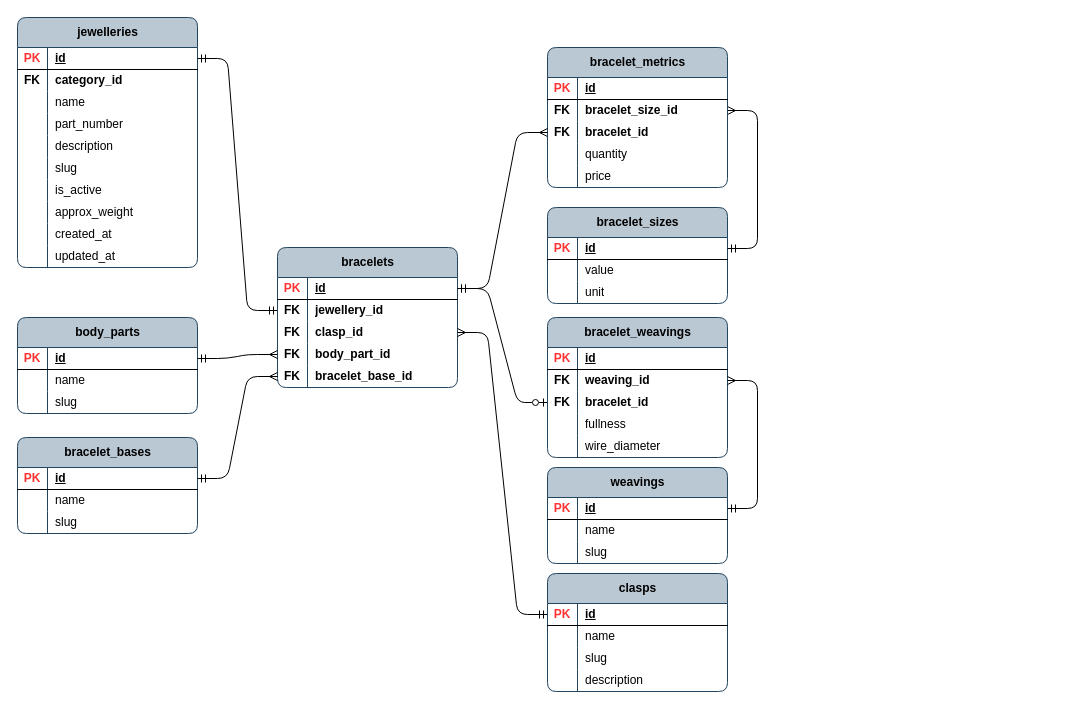
Before: page "jw_bracelet_props" (8 of 14) of publisher/laravel-app/psql_jewellery_items.drawio in Local-development-environment/msg-brokers-publisher-consumer, a draw.io diagram. Source tidied: cells renumbered, new cells numbered last; positions are measured from the earlier drawing's top-left corner, leaving out a move shared by most shapes. Both pictures are drawn from the tidied source at 100%, with x=0, y=0 at pixel (17, 17).
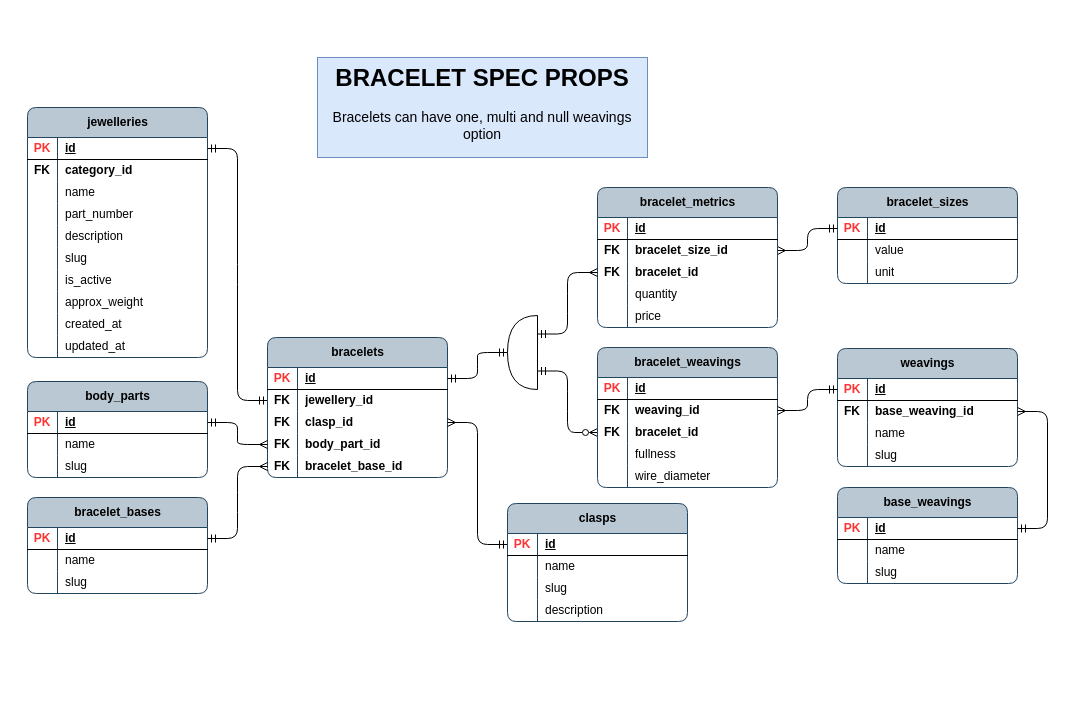
The same diagram, later.

Commit message (it also covers changes not shown here):
started refactoring bracelet view

The change refers to these unchanged cells:
```xml
<mxCell id="35" style="shape=tableRow;horizontal=0;startSize=0;swimlaneHead=0;swimlaneBody=0;fillColor=none;points=[[0,0.5],[1,0.5]];portConstraint=eastwest;top=0;left=0;right=0;bottom=1;rounded=0;" parent="34" vertex="1">
  <mxGeometry y="30" width="180" height="22" as="geometry" />
</mxCell>
<mxCell id="51" style="shape=tableRow;horizontal=0;startSize=0;swimlaneHead=0;swimlaneBody=0;fillColor=none;points=[[0,0.5],[1,0.5]];portConstraint=eastwest;top=0;left=0;right=0;bottom=1;rounded=0;" parent="50" vertex="1">
  <mxGeometry y="30" width="180" height="22" as="geometry" />
</mxCell>
<mxCell id="62" style="shape=tableRow;horizontal=0;startSize=0;swimlaneHead=0;swimlaneBody=0;fillColor=none;points=[[0,0.5],[1,0.5]];portConstraint=eastwest;top=0;left=0;right=0;bottom=1;rounded=0;" parent="61" vertex="1">
  <mxGeometry y="30" width="180" height="22" as="geometry" />
</mxCell>
<mxCell id="76" style="shape=tableRow;horizontal=0;startSize=0;swimlaneHead=0;swimlaneBody=0;fillColor=none;points=[[0,0.5],[1,0.5]];portConstraint=eastwest;top=0;left=0;right=0;bottom=0;rounded=0;" parent="72" vertex="1">
  <mxGeometry y="52" width="180" height="22" as="geometry" />
</mxCell>
<mxCell id="79" style="shape=tableRow;horizontal=0;startSize=0;swimlaneHead=0;swimlaneBody=0;fillColor=none;points=[[0,0.5],[1,0.5]];portConstraint=eastwest;top=0;left=0;right=0;bottom=0;rounded=0;" parent="72" vertex="1">
  <mxGeometry y="74" width="180" height="22" as="geometry" />
</mxCell>
<mxCell id="93" style="shape=tableRow;horizontal=0;startSize=0;swimlaneHead=0;swimlaneBody=0;fillColor=none;points=[[0,0.5],[1,0.5]];portConstraint=eastwest;top=0;left=0;right=0;bottom=0;rounded=0;" parent="89" vertex="1">
  <mxGeometry y="52" width="180" height="22" as="geometry" />
</mxCell>
<mxCell id="96" style="shape=tableRow;horizontal=0;startSize=0;swimlaneHead=0;swimlaneBody=0;fillColor=none;points=[[0,0.5],[1,0.5]];portConstraint=eastwest;top=0;left=0;right=0;bottom=0;rounded=0;" parent="89" vertex="1">
  <mxGeometry y="74" width="180" height="22" as="geometry" />
</mxCell>
```

The edit, as a diff of the source:
```diff
@@
     <mxCell id="2" value="jewelleries" style="shape=table;startSize=30;childLayout=tableLayout;rowLines=0;fontStyle=1;align=center;html=1;rounded=1;swimlaneFillColor=none;fillColor=#bac8d3;strokeColor=#23445d;columnLines=1;arcSize=10;" parent="1" vertex="1">
-      <mxGeometry width="180" height="250" as="geometry" />
+      <mxGeometry x="10" y="90" width="180" height="250" as="geometry" />
     </mxCell>
@@
     <mxCell id="34" value="bracelets" style="shape=table;startSize=30;childLayout=tableLayout;rowLines=0;fontStyle=1;align=center;html=1;rounded=1;swimlaneFillColor=none;fillColor=#bac8d3;strokeColor=#23445d;columnLines=1;arcSize=10;" parent="1" vertex="1">
-      <mxGeometry x="260" y="230" width="180" height="140" as="geometry" />
+      <mxGeometry x="250" y="320" width="180" height="140" as="geometry" />
     </mxCell>
@@
     <mxCell id="50" value="weavings" style="shape=table;startSize=30;childLayout=tableLayout;rowLines=0;fontStyle=1;align=center;html=1;rounded=1;swimlaneFillColor=none;fillColor=#bac8d3;strokeColor=#23445d;columnLines=1;arcSize=10;" parent="1" vertex="1">
-      <mxGeometry x="530" y="450" width="180" height="96" as="geometry" />
+      <mxGeometry x="820" y="331" width="180" height="118" as="geometry" />
     </mxCell>
@@
+    <mxCell id="142" style="shape=tableRow;horizontal=0;startSize=0;swimlaneHead=0;swimlaneBody=0;fillColor=none;points=[[0,0.5],[1,0.5]];portConstraint=eastwest;top=0;left=0;right=0;bottom=0;rounded=0;" parent="50" vertex="1">
+      <mxGeometry y="52" width="180" height="22" as="geometry" />
+    </mxCell>
+    <mxCell id="143" value="&lt;b&gt;FK&lt;/b&gt;" style="shape=partialRectangle;fillColor=none;top=0;left=0;bottom=0;right=0;overflow=hidden;whiteSpace=wrap;html=1;" parent="142" vertex="1">
+      <mxGeometry width="30" height="22" as="geometry" />
+    </mxCell>
+    <mxCell id="144" value="&lt;b&gt;base_weaving_id&lt;/b&gt;" style="shape=partialRectangle;fillColor=none;top=0;left=0;bottom=0;right=0;align=left;spacingLeft=6;overflow=hidden;whiteSpace=wrap;html=1;" parent="142" vertex="1">
+      <mxGeometry x="30" width="150" height="22" as="geometry" />
+    </mxCell>
     <mxCell id="54" style="shape=tableRow;horizontal=0;startSize=0;swimlaneHead=0;swimlaneBody=0;fillColor=none;top=0;left=0;right=0;bottom=0;rounded=0;" parent="50" vertex="1">
-      <mxGeometry y="52" width="180" height="22" as="geometry" />
+      <mxGeometry y="74" width="180" height="22" as="geometry" />
     </mxCell>
@@
     <mxCell id="57" style="shape=tableRow;horizontal=0;startSize=0;swimlaneHead=0;swimlaneBody=0;fillColor=none;top=0;left=0;right=0;bottom=0;rounded=0;" parent="50" vertex="1">
-      <mxGeometry y="74" width="180" height="22" as="geometry" />
+      <mxGeometry y="96" width="180" height="22" as="geometry" />
     </mxCell>
@@
-    <mxCell id="60" style="edgeStyle=entityRelationEdgeStyle;fontSize=12;html=1;endArrow=ERzeroToOne;rounded=1;curved=0;startArrow=ERmandOne;startFill=0;exitX=1;exitY=0.5;exitDx=0;exitDy=0;entryX=0;entryY=0.5;entryDx=0;entryDy=0;endFill=0;segment=30;fillOpacity=100;" parent="1" edge="1" source="35" target="96">
+    <mxCell id="60" style="edgeStyle=entityRelationEdgeStyle;fontSize=12;html=1;endArrow=ERzeroToMany;rounded=1;curved=0;startArrow=ERmandOne;startFill=0;entryX=0;entryY=0.5;entryDx=0;entryDy=0;endFill=0;segment=30;fillOpacity=100;exitX=0;exitY=0.25;exitDx=0;exitDy=0;exitPerimeter=0;" parent="1" edge="1" source="157" target="96">
       <mxGeometry relative="1" as="geometry" />
     </mxCell>
     <mxCell id="61" value="bracelet_sizes" style="shape=table;startSize=30;childLayout=tableLayout;rowLines=0;fontStyle=1;align=center;html=1;rounded=1;swimlaneFillColor=none;fillColor=#bac8d3;strokeColor=#23445d;columnLines=1;arcSize=10;" parent="1" vertex="1">
-      <mxGeometry x="530" y="190" width="180" height="96" as="geometry" />
+      <mxGeometry x="820" y="170" width="180" height="96" as="geometry" />
     </mxCell>
@@
-    <mxCell id="71" style="edgeStyle=entityRelationEdgeStyle;fontSize=12;html=1;endArrow=ERmany;rounded=1;curved=0;startArrow=ERmandOne;startFill=0;exitX=1;exitY=0.5;exitDx=0;exitDy=0;entryX=1;entryY=0.5;entryDx=0;entryDy=0;" parent="1" edge="1" source="62" target="76">
+    <mxCell id="71" style="edgeStyle=entityRelationEdgeStyle;fontSize=12;html=1;endArrow=ERmany;rounded=1;curved=0;startArrow=ERmandOne;startFill=0;entryX=1;entryY=0.5;entryDx=0;entryDy=0;exitX=0;exitY=0.5;exitDx=0;exitDy=0;" parent="1" edge="1" source="62" target="76">
       <mxGeometry relative="1" as="geometry" />
     </mxCell>
     <mxCell id="72" value="bracelet_metrics" style="shape=table;startSize=30;childLayout=tableLayout;rowLines=0;fontStyle=1;align=center;html=1;rounded=1;swimlaneFillColor=none;fillColor=#bac8d3;strokeColor=#23445d;columnLines=1;arcSize=10;" parent="1" vertex="1">
-      <mxGeometry x="530" y="30" width="180" height="140" as="geometry" />
+      <mxGeometry x="580" y="170" width="180" height="140" as="geometry" />
     </mxCell>
@@
-    <mxCell id="88" style="edgeStyle=entityRelationEdgeStyle;fontSize=12;html=1;endArrow=ERmany;rounded=1;curved=0;entryX=0;entryY=0.5;entryDx=0;entryDy=0;startArrow=ERmandOne;startFill=0;exitX=1;exitY=0.5;exitDx=0;exitDy=0;" parent="1" edge="1" source="35" target="79">
+    <mxCell id="88" style="edgeStyle=entityRelationEdgeStyle;fontSize=12;html=1;endArrow=ERmany;rounded=1;curved=0;entryX=0;entryY=0.5;entryDx=0;entryDy=0;startArrow=ERmandOne;startFill=0;exitX=0;exitY=0.75;exitDx=0;exitDy=0;exitPerimeter=0;" parent="1" edge="1" source="157" target="79">
       <mxGeometry relative="1" as="geometry" />
     </mxCell>
     <mxCell id="89" value="bracelet_weavings" style="shape=table;startSize=30;childLayout=tableLayout;rowLines=0;fontStyle=1;align=center;html=1;rounded=1;swimlaneFillColor=none;fillColor=#bac8d3;strokeColor=#23445d;columnLines=1;arcSize=10;" parent="1" vertex="1">
-      <mxGeometry x="530" y="300" width="180" height="140" as="geometry" />
+      <mxGeometry x="580" y="330" width="180" height="140" as="geometry" />
     </mxCell>
@@
-    <mxCell id="105" style="edgeStyle=entityRelationEdgeStyle;fontSize=12;html=1;endArrow=ERmany;rounded=1;curved=0;exitX=1;exitY=0.5;exitDx=0;exitDy=0;entryX=1;entryY=0.5;entryDx=0;entryDy=0;startArrow=ERmandOne;startFill=0;" parent="1" edge="1" source="51" target="93">
+    <mxCell id="105" style="edgeStyle=entityRelationEdgeStyle;fontSize=12;html=1;endArrow=ERmany;rounded=1;curved=0;entryX=1;entryY=0.5;entryDx=0;entryDy=0;startArrow=ERmandOne;startFill=0;exitX=0;exitY=0.5;exitDx=0;exitDy=0;" parent="1" edge="1" source="51" target="93">
       <mxGeometry relative="1" as="geometry" />
     </mxCell>
@@
     <mxCell id="107" value="clasps" style="shape=table;startSize=30;childLayout=tableLayout;rowLines=0;fontStyle=1;align=center;html=1;rounded=1;swimlaneFillColor=none;fillColor=#bac8d3;strokeColor=#23445d;columnLines=1;arcSize=10;" parent="1" vertex="1">
-      <mxGeometry x="530" y="556" width="180" height="118" as="geometry" />
+      <mxGeometry x="490" y="486" width="180" height="118" as="geometry" />
     </mxCell>
@@
     <mxCell id="120" value="body_parts" style="shape=table;startSize=30;childLayout=tableLayout;rowLines=0;fontStyle=1;align=center;html=1;rounded=1;swimlaneFillColor=none;fillColor=#bac8d3;strokeColor=#23445d;columnLines=1;arcSize=10;" parent="1" vertex="1">
-      <mxGeometry y="300" width="180" height="96" as="geometry" />
+      <mxGeometry x="10" y="364" width="180" height="96" as="geometry" />
     </mxCell>
@@
     <mxCell id="131" value="bracelet_bases" style="shape=table;startSize=30;childLayout=tableLayout;rowLines=0;fontStyle=1;align=center;html=1;rounded=1;swimlaneFillColor=none;fillColor=#bac8d3;strokeColor=#23445d;columnLines=1;arcSize=10;" parent="1" vertex="1">
-      <mxGeometry y="420" width="180" height="96" as="geometry" />
+      <mxGeometry x="10" y="480" width="180" height="96" as="geometry" />
     </mxCell>
@@
+    <mxCell id="145" value="&lt;h1 style=&quot;margin-top: 0px;&quot;&gt;BRACELET SPEC PROPS&lt;/h1&gt;&lt;p&gt;&lt;font style=&quot;font-size: 14px;&quot;&gt;Bracelets can have one, multi and null weavings option&lt;/font&gt;&lt;/p&gt;" style="text;html=1;whiteSpace=wrap;overflow=hidden;rounded=0;fillColor=#dae8fc;strokeColor=#6c8ebf;align=center;" parent="1" vertex="1">
+      <mxGeometry x="300" y="40" width="330" height="100" as="geometry" />
+    </mxCell>
+    <mxCell id="146" value="base_weavings" style="shape=table;startSize=30;childLayout=tableLayout;rowLines=0;fontStyle=1;align=center;html=1;rounded=1;swimlaneFillColor=none;fillColor=#bac8d3;strokeColor=#23445d;columnLines=1;arcSize=10;" parent="1" vertex="1">
+      <mxGeometry x="820" y="470" width="180" height="96" as="geometry" />
+    </mxCell>
+    <mxCell id="147" style="shape=tableRow;horizontal=0;startSize=0;swimlaneHead=0;swimlaneBody=0;fillColor=none;points=[[0,0.5],[1,0.5]];portConstraint=eastwest;top=0;left=0;right=0;bottom=1;rounded=0;" parent="146" vertex="1">
+      <mxGeometry y="30" width="180" height="22" as="geometry" />
+    </mxCell>
+    <mxCell id="148" value="&lt;font color=&quot;#ff3333&quot;&gt;PK&lt;/font&gt;" style="shape=partialRectangle;fillColor=none;top=0;left=0;bottom=0;right=0;fontStyle=1;overflow=hidden;whiteSpace=wrap;html=1;" parent="147" vertex="1">
+      <mxGeometry width="30" height="22" as="geometry" />
+    </mxCell>
+    <mxCell id="149" value="id" style="shape=partialRectangle;fillColor=none;top=0;left=0;bottom=0;right=0;align=left;spacingLeft=6;fontStyle=5;overflow=hidden;whiteSpace=wrap;html=1;" parent="147" vertex="1">
+      <mxGeometry x="30" width="150" height="22" as="geometry" />
+    </mxCell>
+    <mxCell id="150" style="shape=tableRow;horizontal=0;startSize=0;swimlaneHead=0;swimlaneBody=0;fillColor=none;top=0;left=0;right=0;bottom=0;rounded=0;" parent="146" vertex="1">
+      <mxGeometry y="52" width="180" height="22" as="geometry" />
+    </mxCell>
+    <mxCell id="151" style="shape=partialRectangle;fillColor=none;top=0;left=0;bottom=0;right=0;overflow=hidden;whiteSpace=wrap;html=1;" parent="150" vertex="1">
+      <mxGeometry width="30" height="22" as="geometry" />
+    </mxCell>
+    <mxCell id="152" value="name" style="shape=partialRectangle;fillColor=none;top=0;left=0;bottom=0;right=0;align=left;spacingLeft=6;overflow=hidden;whiteSpace=wrap;html=1;" parent="150" vertex="1">
+      <mxGeometry x="30" width="150" height="22" as="geometry" />
+    </mxCell>
+    <mxCell id="153" style="shape=tableRow;horizontal=0;startSize=0;swimlaneHead=0;swimlaneBody=0;fillColor=none;top=0;left=0;right=0;bottom=0;rounded=0;" parent="146" vertex="1">
+      <mxGeometry y="74" width="180" height="22" as="geometry" />
+    </mxCell>
+    <mxCell id="154" style="shape=partialRectangle;fillColor=none;top=0;left=0;bottom=0;right=0;overflow=hidden;whiteSpace=wrap;html=1;" parent="153" vertex="1">
+      <mxGeometry width="30" height="22" as="geometry" />
+    </mxCell>
+    <mxCell id="155" value="slug" style="shape=partialRectangle;fillColor=none;top=0;left=0;bottom=0;right=0;align=left;spacingLeft=6;overflow=hidden;whiteSpace=wrap;html=1;" parent="153" vertex="1">
+      <mxGeometry x="30" width="150" height="22" as="geometry" />
+    </mxCell>
+    <mxCell id="156" style="edgeStyle=entityRelationEdgeStyle;fontSize=12;html=1;endArrow=ERmany;rounded=1;curved=0;exitX=1;exitY=0.5;exitDx=0;exitDy=0;startArrow=ERmandOne;startFill=0;entryX=1;entryY=0.5;entryDx=0;entryDy=0;" parent="1" edge="1" source="147" target="142">
+      <mxGeometry relative="1" as="geometry" />
+    </mxCell>
+    <mxCell id="157" style="shape=or;whiteSpace=wrap;html=1;fillColor=none;direction=west;" parent="1" vertex="1">
+      <mxGeometry x="490" y="298" width="30" height="74" as="geometry" />
+    </mxCell>
+    <mxCell id="158" style="edgeStyle=entityRelationEdgeStyle;fontSize=12;html=1;endArrow=ERmandOne;startArrow=ERmandOne;rounded=1;curved=0;exitX=1;exitY=0.5;exitDx=0;exitDy=0;entryX=1;entryY=0.5;entryDx=0;entryDy=0;entryPerimeter=0;" parent="1" edge="1" source="35" target="157">
+      <mxGeometry relative="1" as="geometry" />
+    </mxCell>
```
